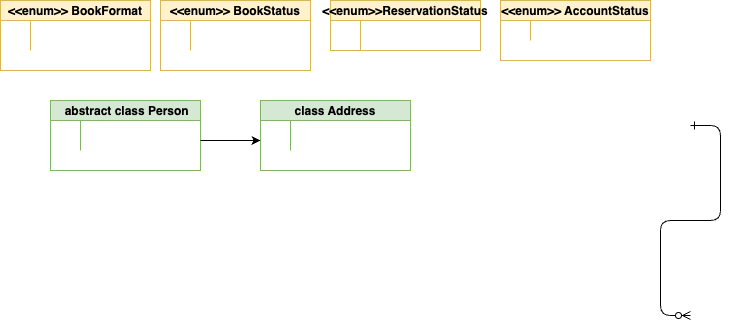
Above: LLDAssignment.drawio.png in bitanb1999/lld-assignment1 (draw.io), before the change. Source tidied: cells renumbered, new cells last; positions are measured from the earlier drawing's top-left corner, leaving out a move shared by most shapes.
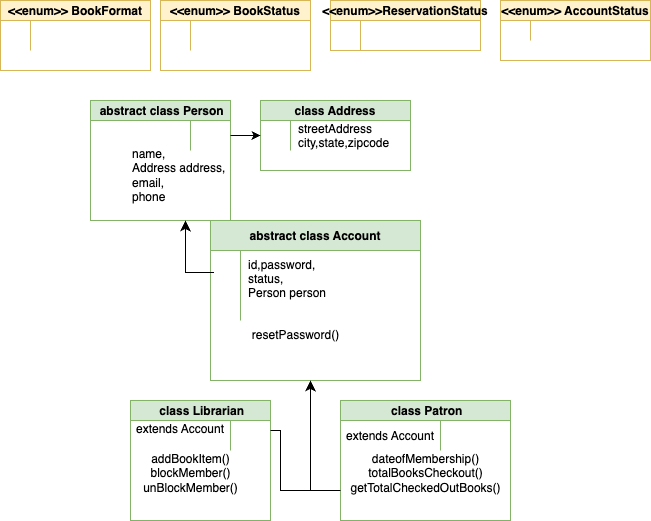
The same file after the commit.

What changed in the source:
```diff
@@ -2,12 +2,6 @@
   <root>
     <mxCell id="0" />
     <mxCell id="1" parent="0" />
-    <mxCell id="2" style="edgeStyle=entityRelationEdgeStyle;endArrow=ERzeroToMany;startArrow=ERone;endFill=1;startFill=0;" parent="1" edge="1">
-      <mxGeometry relative="1" as="geometry">
-        <mxPoint x="690" y="125" as="sourcePoint" />
-        <mxPoint x="690" y="315" as="targetPoint" />
-      </mxGeometry>
-    </mxCell>
     <mxCell id="3" value="&lt;&lt;enum&gt;&gt; BookFormat" style="shape=table;startSize=20;rowLines=0;fontStyle=1;align=center;fillColor=#fff2cc;strokeColor=#d6b656;" parent="1" vertex="1">
       <mxGeometry width="150" height="70" as="geometry" />
     </mxCell>
@@ -57,16 +51,16 @@
       <mxGeometry x="30" width="120" height="20" as="geometry" />
     </mxCell>
     <mxCell id="19" value=" abstract class Person" style="shape=table;startSize=20;rowLines=0;fontStyle=1;align=center;fillColor=#d5e8d4;strokeColor=#82b366;" parent="1" vertex="1">
-      <mxGeometry x="50" y="100" width="150" height="70" as="geometry" />
+      <mxGeometry x="90" y="100" width="140" height="120" as="geometry" />
     </mxCell>
     <mxCell id="20" style="shape=partialRectangle;fillColor=none;points=[[0,0.5],[1,0.5]];portConstraint=eastwest;top=0;left=0;right=0;bottom=0;" parent="19" vertex="1">
-      <mxGeometry y="20" width="150" height="30" as="geometry" />
+      <mxGeometry y="20" width="140" height="30" as="geometry" />
     </mxCell>
     <mxCell id="21" style="shape=partialRectangle;overflow=hidden;fillColor=none;top=0;left=0;bottom=0;right=0;" parent="20" vertex="1">
-      <mxGeometry width="30" height="30" as="geometry" />
+      <mxGeometry width="100" height="30" as="geometry" />
     </mxCell>
     <mxCell id="22" style="shape=partialRectangle;overflow=hidden;fillColor=none;top=0;left=0;bottom=0;right=0;align=left;spacingLeft=6;" parent="20" vertex="1">
-      <mxGeometry x="30" width="120" height="30" as="geometry" />
+      <mxGeometry x="100" width="40" height="30" as="geometry" />
     </mxCell>
     <mxCell id="23" value="class Address" style="shape=table;startSize=20;rowLines=0;fontStyle=1;align=center;fillColor=#d5e8d4;strokeColor=#82b366;" parent="1" vertex="1">
       <mxGeometry x="260" y="100" width="150" height="70" as="geometry" />
@@ -77,17 +71,84 @@
     <mxCell id="25" style="shape=partialRectangle;overflow=hidden;fillColor=none;top=0;left=0;bottom=0;right=0;" parent="24" vertex="1">
       <mxGeometry width="30" height="30" as="geometry" />
     </mxCell>
-    <mxCell id="26" style="shape=partialRectangle;overflow=hidden;fillColor=none;top=0;left=0;bottom=0;right=0;align=left;spacingLeft=6;" parent="24" vertex="1">
+    <mxCell id="26" value="streetAddress&#10;city,state,zipcode&#10;country" style="shape=partialRectangle;overflow=hidden;fillColor=none;top=0;left=0;bottom=0;right=0;align=left;spacingLeft=6;" parent="24" vertex="1">
       <mxGeometry x="30" width="120" height="30" as="geometry" />
     </mxCell>
-    <mxCell id="27" style="endArrow=classic;html=1;rounded=0;" parent="1" edge="1">
-      <mxGeometry relative="1" as="geometry">
-        <mxPoint x="200" y="140" as="sourcePoint" />
-        <mxPoint x="260" y="140" as="targetPoint" />
-        <Array as="points">
-          <mxPoint x="200" y="140" />
-        </Array>
-      </mxGeometry>
-    </mxCell>
+    <mxCell id="28" value="abstract class Account" style="shape=table;startSize=30;rowLines=0;fontStyle=1;align=center;fillColor=#d5e8d4;strokeColor=#82b366;" parent="1" vertex="1">
+      <mxGeometry x="210" y="220" width="210" height="160" as="geometry" />
+    </mxCell>
+    <mxCell id="29" style="shape=partialRectangle;fillColor=none;points=[[0,0.5],[1,0.5]];portConstraint=eastwest;top=0;left=0;right=0;bottom=0;" parent="28" vertex="1">
+      <mxGeometry y="30" width="210" height="70" as="geometry" />
+    </mxCell>
+    <mxCell id="30" style="shape=partialRectangle;overflow=hidden;fillColor=none;top=0;left=0;bottom=0;right=0;" parent="29" vertex="1">
+      <mxGeometry width="30" height="70" as="geometry" />
+    </mxCell>
+    <mxCell id="31" value="id,password,&#10;status,&#10;Person person&#10;" style="shape=partialRectangle;overflow=hidden;fillColor=none;top=0;left=0;bottom=0;right=0;align=left;spacingLeft=6;" parent="29" vertex="1">
+      <mxGeometry x="30" width="180" height="70" as="geometry" />
+    </mxCell>
+    <mxCell id="32" style="edgeStyle=orthogonalEdgeStyle;rounded=0;jettySize=auto;html=1;" parent="1" edge="1" source="20" target="24">
+      <mxGeometry relative="1" as="geometry" />
+    </mxCell>
+    <mxCell id="33" value="&lt;span style=&quot;text-align: center; text-wrap-mode: nowrap;&quot;&gt;name,&amp;nbsp;&lt;/span&gt;&lt;div&gt;&lt;span style=&quot;text-align: center; text-wrap-mode: nowrap;&quot;&gt;Address address,&lt;/span&gt;&lt;/div&gt;&lt;div&gt;&lt;span style=&quot;text-align: center; text-wrap-mode: nowrap;&quot;&gt;email,&lt;/span&gt;&lt;/div&gt;&lt;div&gt;&lt;span style=&quot;text-align: center; text-wrap-mode: nowrap;&quot;&gt;phone&lt;/span&gt;&lt;/div&gt;" style="text;whiteSpace=wrap;html=1;" parent="1" vertex="1">
+      <mxGeometry x="130" y="140" width="80" height="80" as="geometry" />
+    </mxCell>
+    <mxCell id="34" value="resetPassword()" style="text;html=1;align=center;verticalAlign=middle;strokeColor=none;fillColor=none;" parent="1" vertex="1">
+      <mxGeometry x="240" y="320" width="110" height="30" as="geometry" />
+    </mxCell>
+    <mxCell id="35" style="edgeStyle=segmentEdgeStyle;endArrow=classic;html=1;curved=0;rounded=0;endSize=8;startSize=8;exitX=0.017;exitY=0.314;exitDx=0;exitDy=0;exitPerimeter=0;" parent="1" edge="1" source="29">
+      <mxGeometry relative="1" as="geometry">
+        <mxPoint x="185" y="220" as="targetPoint" />
+      </mxGeometry>
+    </mxCell>
+    <mxCell id="36" value=" class Librarian" style="shape=table;startSize=20;rowLines=0;fontStyle=1;align=center;fillColor=#d5e8d4;strokeColor=#82b366;" parent="1" vertex="1">
+      <mxGeometry x="130" y="400" width="140" height="120" as="geometry" />
+    </mxCell>
+    <mxCell id="37" style="shape=partialRectangle;fillColor=none;top=0;left=0;right=0;bottom=0;" parent="36" vertex="1">
+      <mxGeometry y="20" width="140" height="30" as="geometry" />
+    </mxCell>
+    <mxCell id="38" value="extends Account&#10;" style="shape=partialRectangle;overflow=hidden;fillColor=none;top=0;left=0;bottom=0;right=0;" parent="37" vertex="1">
+      <mxGeometry width="100" height="30" as="geometry" />
+    </mxCell>
+    <mxCell id="39" style="shape=partialRectangle;overflow=hidden;fillColor=none;top=0;left=0;bottom=0;right=0;align=left;spacingLeft=6;" parent="37" vertex="1">
+      <mxGeometry x="100" width="40" height="30" as="geometry" />
+    </mxCell>
+    <mxCell id="40" value=" class Patron" style="shape=table;startSize=20;rowLines=0;fontStyle=1;align=center;fillColor=#d5e8d4;strokeColor=#82b366;" parent="1" vertex="1">
+      <mxGeometry x="340" y="400" width="170" height="120" as="geometry" />
+    </mxCell>
+    <mxCell id="41" style="shape=partialRectangle;fillColor=none;top=0;left=0;right=0;bottom=0;" parent="40" vertex="1">
+      <mxGeometry y="20" width="170" height="30" as="geometry" />
+    </mxCell>
+    <mxCell id="42" value="extends Account" style="shape=partialRectangle;overflow=hidden;fillColor=none;top=0;left=0;bottom=0;right=0;" parent="41" vertex="1">
+      <mxGeometry width="100" height="30" as="geometry" />
+    </mxCell>
+    <mxCell id="43" style="shape=partialRectangle;overflow=hidden;fillColor=none;top=0;left=0;bottom=0;right=0;align=left;spacingLeft=6;" parent="41" vertex="1">
+      <mxGeometry x="100" width="70" height="30" as="geometry" />
+    </mxCell>
+    <mxCell id="44" value="addBookItem()&lt;div&gt;blockMember()&lt;/div&gt;&lt;div&gt;unBlockMember()&lt;/div&gt;" style="text;html=1;align=center;verticalAlign=middle;strokeColor=none;fillColor=none;" parent="1" vertex="1">
+      <mxGeometry x="130" y="443" width="120" height="60" as="geometry" />
+    </mxCell>
+    <mxCell id="45" value="dateofMembership()&lt;div&gt;totalBooksCheckout()&lt;/div&gt;&lt;div&gt;getTotalCheckedOutBooks()&lt;/div&gt;" style="text;html=1;align=center;verticalAlign=middle;strokeColor=none;fillColor=none;" parent="1" vertex="1">
+      <mxGeometry x="340" y="443" width="170" height="60" as="geometry" />
+    </mxCell>
+    <mxCell id="46" style="edgeStyle=segmentEdgeStyle;endArrow=classic;html=1;curved=0;rounded=0;endSize=8;startSize=8;" parent="1" edge="1">
+      <mxGeometry relative="1" as="geometry">
+        <mxPoint x="270" y="430" as="sourcePoint" />
+        <mxPoint x="310" y="380" as="targetPoint" />
+        <Array as="points">
+          <mxPoint x="280" y="430" />
+          <mxPoint x="280" y="490" />
+          <mxPoint x="310" y="490" />
+        </Array>
+      </mxGeometry>
+    </mxCell>
+    <mxCell id="47" style="endArrow=none;html=1;rounded=0;" parent="1" edge="1">
+      <mxGeometry relative="1" as="geometry">
+        <mxPoint x="310" y="490" as="sourcePoint" />
+        <mxPoint x="324" y="490" as="targetPoint" />
+        <Array as="points">
+          <mxPoint x="340" y="490" />
+        </Array>
+      </mxGeometry>
+    </mxCell>
   </root>
 </mxGraphModel>
```
